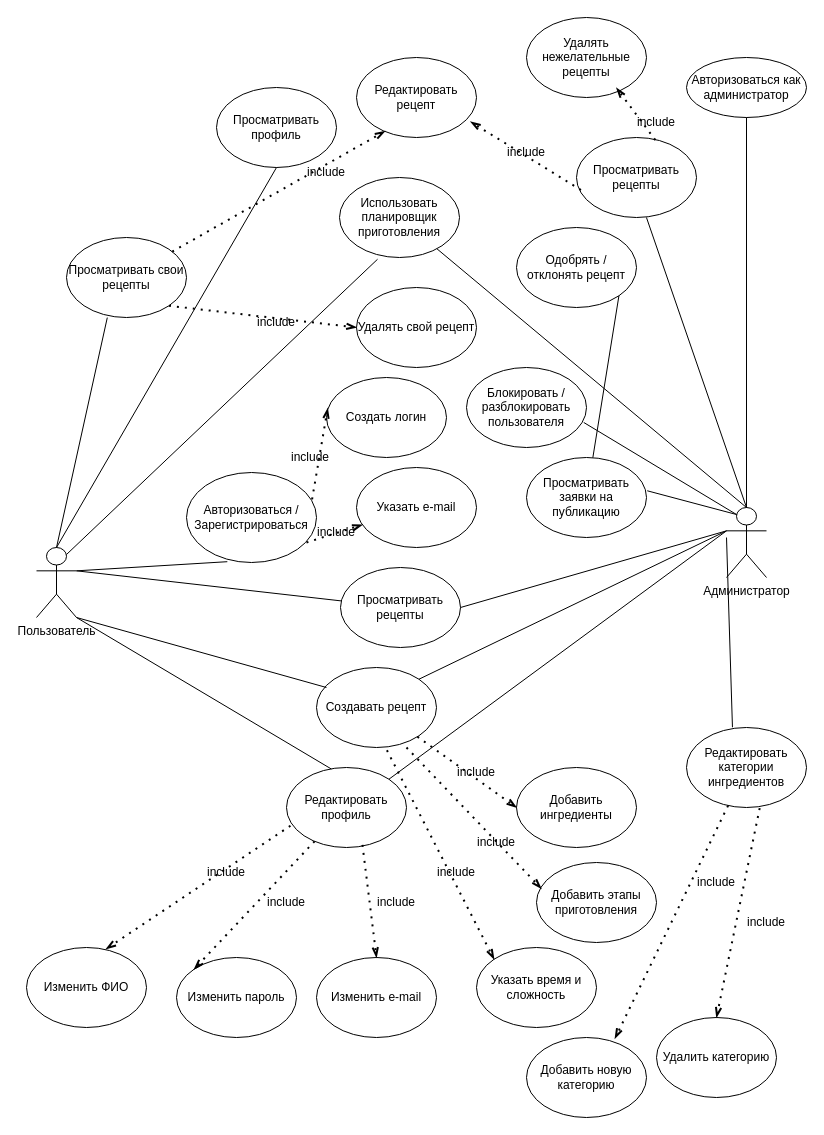
This is doc/use-case.drawio from pestlain34/A_Graph-Based_System_for_Intelligent_Culinary_Process_Sequencing, a draw.io file, before an edit. Source tidied: cells renumbered, new cells numbered last; positions are measured from the earlier drawing's top-left corner, leaving out a move shared by most shapes. Both pictures are drawn from the tidied source at 100%, with x=0, y=0 at pixel (26, 17).
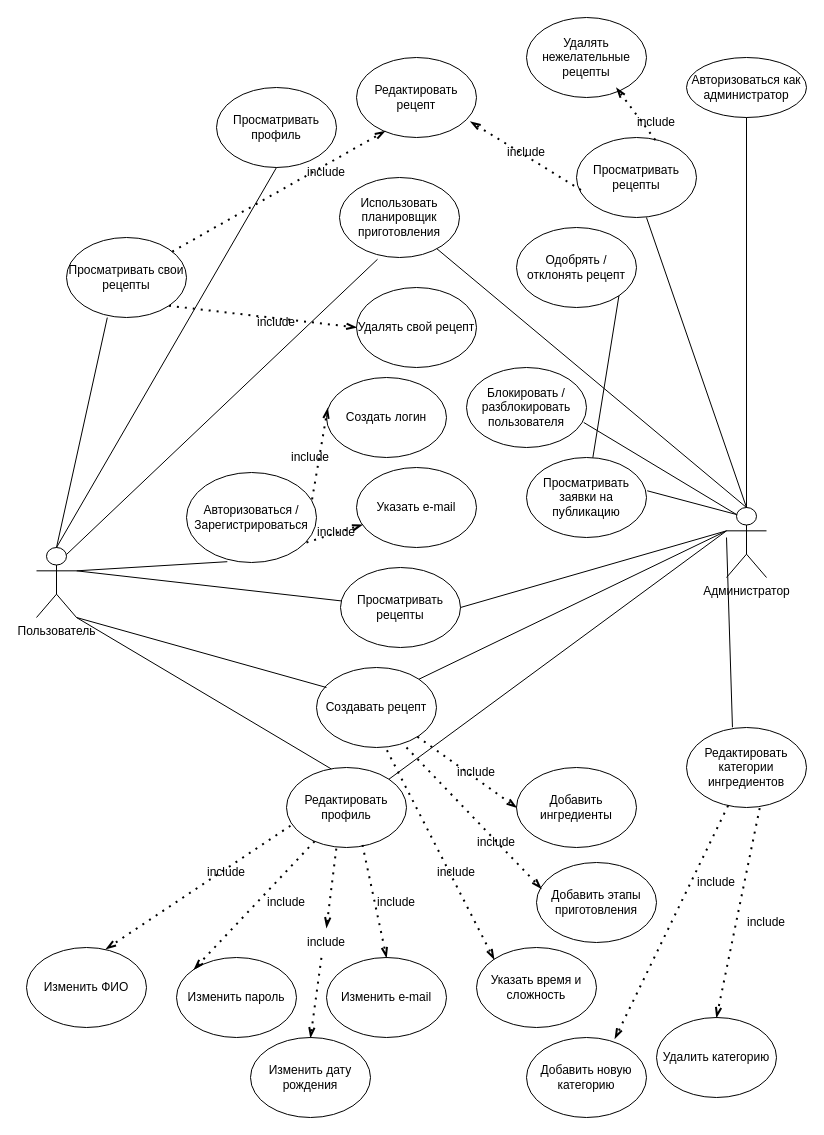
The same page after the edit.

The change refers to these unchanged cells:
```xml
<mxCell id="26" value="Редактировать профиль" style="ellipse;whiteSpace=wrap;html=1;" parent="1" vertex="1">
  <mxGeometry x="260" y="750" width="120" height="80" as="geometry" />
</mxCell>
```

Change to the diagram source:
```diff
@@
     <mxCell id="29" value="Изменить e-mail" style="ellipse;whiteSpace=wrap;html=1;" parent="1" vertex="1">
-      <mxGeometry x="290" y="940" width="120" height="80" as="geometry" />
+      <mxGeometry x="300" y="940" width="120" height="80" as="geometry" />
     </mxCell>
@@
+    <mxCell id="75" value="Изменить дату рождения" style="ellipse;whiteSpace=wrap;html=1;" parent="1" vertex="1">
+      <mxGeometry x="224" y="1020" width="120" height="80" as="geometry" />
+    </mxCell>
+    <mxCell id="76" style="endArrow=openThin;dashed=1;html=1;dashPattern=1 3;strokeWidth=2;rounded=0;exitX=0.415;exitY=1.013;exitDx=0;exitDy=0;exitPerimeter=0;endFill=0;entryX=0.5;entryY=0;entryDx=0;entryDy=0;" parent="1" edge="1" source="78" target="75">
+      <mxGeometry relative="1" as="geometry" />
+    </mxCell>
+    <mxCell id="77" style="endArrow=openThin;dashed=1;html=1;dashPattern=1 3;strokeWidth=2;rounded=0;exitX=0.415;exitY=1.013;exitDx=0;exitDy=0;exitPerimeter=0;endFill=0;entryX=0.5;entryY=0;entryDx=0;entryDy=0;" parent="1" edge="1" source="26" target="78">
+      <mxGeometry relative="1" as="geometry" />
+    </mxCell>
+    <mxCell id="78" value="include" style="text;html=1;align=center;verticalAlign=middle;whiteSpace=wrap;rounded=0;" parent="1" vertex="1">
+      <mxGeometry x="270" y="910" width="60" height="30" as="geometry" />
+    </mxCell>
```
